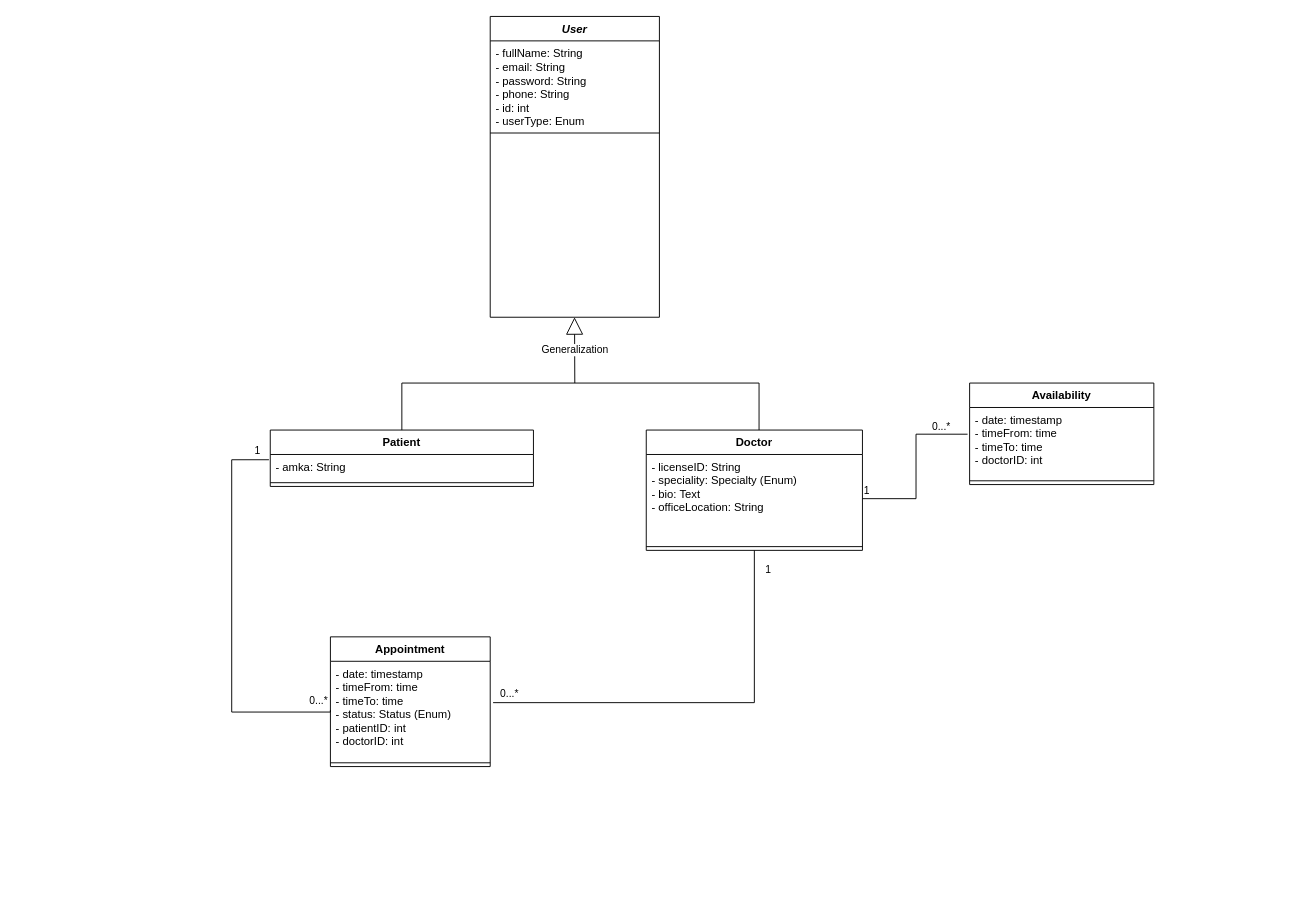
Earlier version of the draw.io diagram diagrams/Class_Diagram1.drawio (dimitry-lzs/seBackend). Source tidied: cells renumbered, new cells numbered last; positions are measured from the earlier drawing's top-left corner, leaving out a move shared by most shapes. Both pictures are drawn from the tidied source at 94%, with x=0, y=0 at pixel (231, 16).
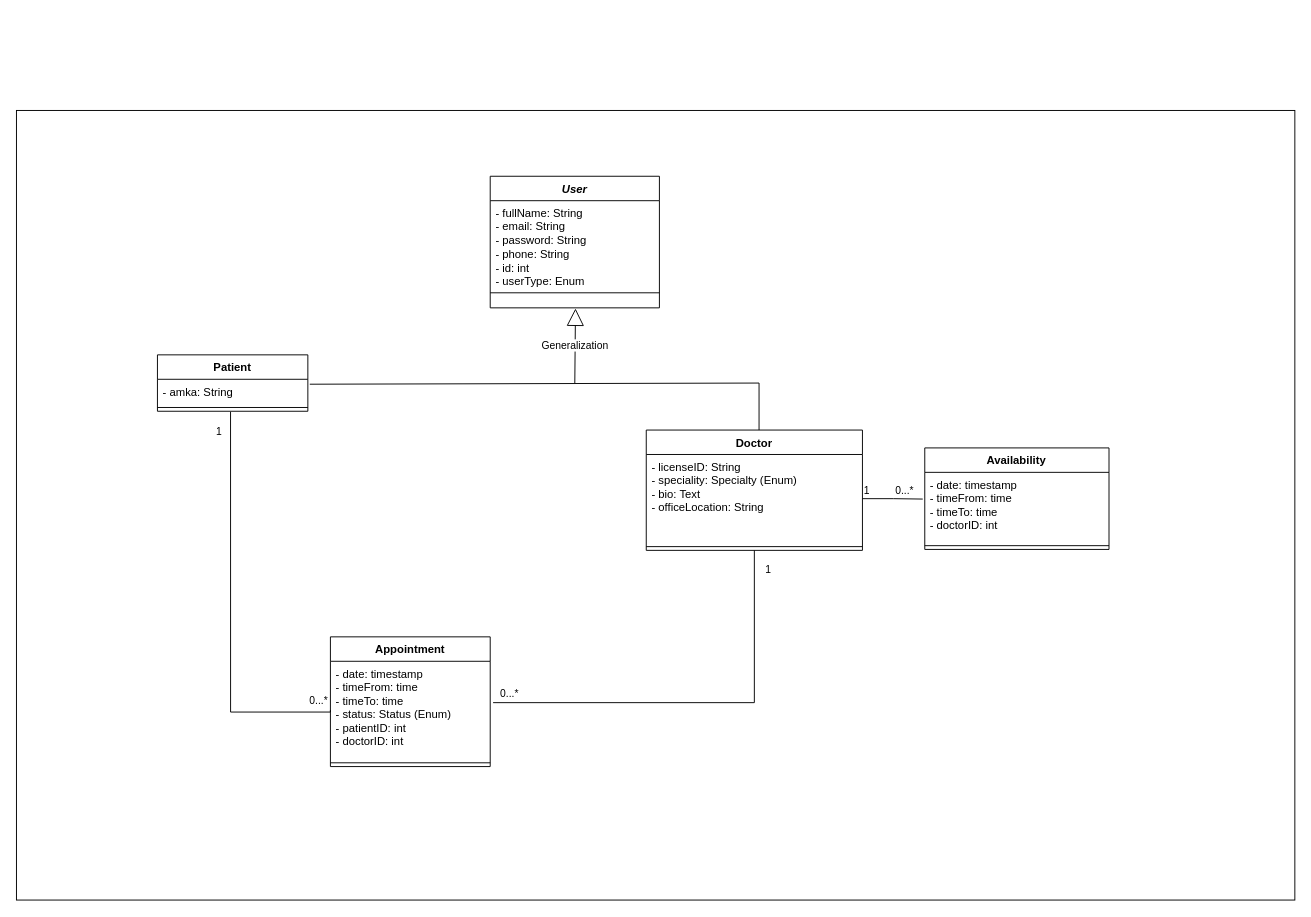
The same diagram, later.

Commit message (it also covers changes not shown here):
update class diagrams

The change refers to these unchanged cells:
```xml
<mxCell id="13" value="- date: timestamp&lt;div&gt;- timeFrom: time&lt;/div&gt;&lt;div&gt;- timeTo: time&lt;/div&gt;&lt;div&gt;- status: Status (Enum)&lt;/div&gt;&lt;div&gt;- patientID: int&lt;/div&gt;&lt;div&gt;- doctorID: int&amp;nbsp;&lt;/div&gt;" style="text;strokeColor=none;fillColor=none;align=left;verticalAlign=top;spacingLeft=4;spacingRight=4;overflow=hidden;points=[[0,0.5],[1,0.5]];portConstraint=eastwest;whiteSpace=wrap;html=1;" parent="12" vertex="1">
  <mxGeometry y="26" width="170" height="104" as="geometry" />
</mxCell>
<mxCell id="28" style="endArrow=none;html=1;edgeStyle=orthogonalEdgeStyle;rounded=0;entryX=-0.011;entryY=0.384;entryDx=0;entryDy=0;entryPerimeter=0;exitX=1;exitY=0.5;exitDx=0;exitDy=0;" parent="1" edge="1" source="7" target="16">
  <mxGeometry relative="1" as="geometry" />
</mxCell>
```

Diff of the diagram source:
```diff
@@
+    <mxCell id="31" style="rounded=0;whiteSpace=wrap;html=1;" parent="1" vertex="1">
+      <mxGeometry x="-229" y="100" width="1360" height="840" as="geometry" />
+    </mxCell>
     <mxCell id="2" value="&lt;i&gt;User&lt;/i&gt;" style="swimlane;fontStyle=1;align=center;verticalAlign=top;horizontal=1;startSize=26;whiteSpace=wrap;html=1;" parent="1" vertex="1">
-      <mxGeometry x="275" width="180" height="320" as="geometry" />
+      <mxGeometry x="275" y="170" width="180" height="140" as="geometry" />
     </mxCell>
@@
     <mxCell id="5" value="&lt;div&gt;&lt;br&gt;&lt;/div&gt;" style="text;strokeColor=none;fillColor=none;align=left;verticalAlign=top;spacingLeft=4;spacingRight=4;overflow=hidden;points=[[0,0.5],[1,0.5]];portConstraint=eastwest;whiteSpace=wrap;html=1;" parent="2" vertex="1">
-      <mxGeometry y="128" width="180" height="192" as="geometry" />
+      <mxGeometry y="128" width="180" height="12" as="geometry" />
     </mxCell>
@@
     <mxCell id="9" value="Patient" style="swimlane;fontStyle=1;align=center;verticalAlign=top;horizontal=1;startSize=26;whiteSpace=wrap;html=1;" parent="1" vertex="1">
-      <mxGeometry x="41" y="440" width="280" height="60" as="geometry" />
+      <mxGeometry x="-79" y="360" width="160" height="60" as="geometry" />
     </mxCell>
     <mxCell id="10" value="- amka: String" style="text;strokeColor=none;fillColor=none;align=left;verticalAlign=top;spacingLeft=4;spacingRight=4;overflow=hidden;points=[[0,0.5],[1,0.5]];portConstraint=eastwest;whiteSpace=wrap;html=1;" parent="9" vertex="1">
-      <mxGeometry y="26" width="280" height="26" as="geometry" />
+      <mxGeometry y="26" width="160" height="26" as="geometry" />
     </mxCell>
     <mxCell id="11" style="line;strokeWidth=1;fillColor=none;align=left;verticalAlign=middle;spacingTop=-1;spacingLeft=3;spacingRight=3;labelPosition=right;points=[];portConstraint=eastwest;strokeColor=inherit;" parent="9" vertex="1">
-      <mxGeometry y="52" width="280" height="8" as="geometry" />
+      <mxGeometry y="52" width="160" height="8" as="geometry" />
     </mxCell>
@@
     <mxCell id="15" value="Availability" style="swimlane;fontStyle=1;align=center;verticalAlign=top;horizontal=1;startSize=26;whiteSpace=wrap;html=1;" parent="1" vertex="1">
-      <mxGeometry x="785" y="390" width="196" height="108" as="geometry" />
+      <mxGeometry x="737.3" y="459" width="196" height="108" as="geometry" />
     </mxCell>
@@
-    <mxCell id="18" value="Generalization" style="endArrow=block;endSize=16;endFill=0;html=1;rounded=0;entryX=0.156;entryY=0.984;entryDx=0;entryDy=0;entryPerimeter=0;" parent="1" edge="1">
+    <mxCell id="18" value="Generalization" style="endArrow=block;endSize=16;endFill=0;html=1;rounded=0;entryX=0.504;entryY=1.056;entryDx=0;entryDy=0;entryPerimeter=0;" parent="1" edge="1" target="5">
       <mxGeometry relative="1" as="geometry">
         <mxPoint x="365" y="390" as="sourcePoint" />
-        <mxPoint x="364.7" y="320" as="targetPoint" />
       </mxGeometry>
     </mxCell>
-    <mxCell id="19" style="endArrow=none;html=1;rounded=0;" parent="1" edge="1">
+    <mxCell id="19" style="endArrow=none;html=1;rounded=0;exitX=1.013;exitY=0.201;exitDx=0;exitDy=0;exitPerimeter=0;" parent="1" edge="1" source="10">
       <mxGeometry relative="1" as="geometry">
-        <mxPoint x="181" y="390" as="sourcePoint" />
         <mxPoint x="561" y="390" as="targetPoint" />
       </mxGeometry>
     </mxCell>
-    <mxCell id="20" style="endArrow=none;html=1;rounded=0;exitX=0.5;exitY=0;exitDx=0;exitDy=0;" parent="1" edge="1" source="9">
-      <mxGeometry relative="1" as="geometry">
-        <mxPoint x="181" y="390" as="targetPoint" />
-      </mxGeometry>
-    </mxCell>
@@
-    <mxCell id="25" style="endArrow=none;html=1;edgeStyle=orthogonalEdgeStyle;rounded=0;entryX=-0.005;entryY=0.215;entryDx=0;entryDy=0;entryPerimeter=0;exitX=0;exitY=0.5;exitDx=0;exitDy=0;" parent="1" edge="1" source="13" target="10">
+    <mxCell id="25" style="endArrow=none;html=1;edgeStyle=orthogonalEdgeStyle;rounded=0;entryX=0.486;entryY=1.069;entryDx=0;entryDy=0;exitX=0;exitY=0.5;exitDx=0;exitDy=0;entryPerimeter=0;" parent="1" edge="1" source="13" target="11">
       <mxGeometry relative="1" as="geometry">
         <Array as="points">
           <mxPoint x="105" y="740" />
-          <mxPoint y="740" />
-          <mxPoint y="472" />
+          <mxPoint x="-1" y="740" />
         </Array>
       </mxGeometry>
     </mxCell>
@@
     <mxCell id="27" value="1" style="edgeLabel;html=1;align=right;verticalAlign=bottom;" parent="25" vertex="1">
       <mxGeometry x="1" relative="1" as="geometry">
-        <mxPoint x="-9" y="-2" as="offset" />
+        <mxPoint x="-9" y="30" as="offset" />
       </mxGeometry>
     </mxCell>
@@
     <mxCell id="30" value="0...*&amp;nbsp;" style="edgeLabel;html=1;align=right;verticalAlign=bottom;" parent="28" vertex="1">
       <mxGeometry x="1" relative="1" as="geometry">
-        <mxPoint x="-14" as="offset" />
+        <mxPoint x="-7" as="offset" />
       </mxGeometry>
     </mxCell>
```
